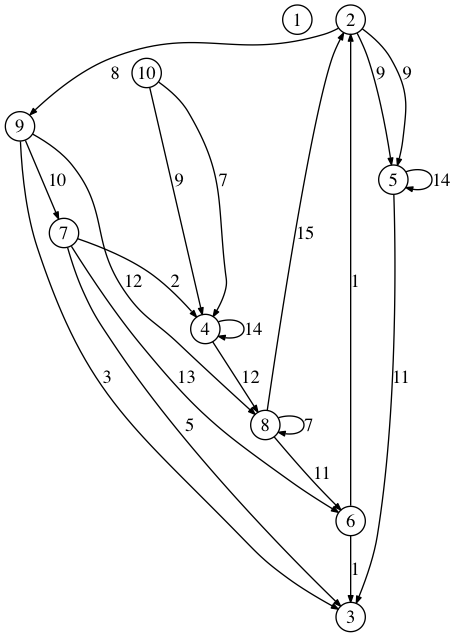
Before: graph.png, a diagram exported from Graphviz (yuichiro12/GraphGenerator). Its source is kept beside it as graph.dot.
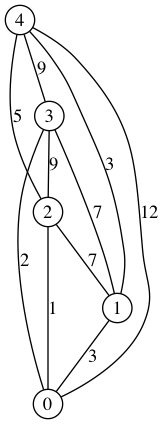
After the change.

Commit message:
add complete graph drawer

The edit, as a diff of the source:
```diff
@@ -1,25 +1,19 @@
-digraph {
-	graph [shape = sfdp, splines = true];
-	edge [arrowsize = 0.5];
+graph {
+	graph [shape = dot, splines = true];
+	edge [arrowsize = 0.5, arrowhead = vee];
 	node [shape = circle, fixedsize = true,  width = 0.3];
-1 [label = 1]2 [label = 2]3 [label = 3]4 [label = 4]5 [label = 5]6 [label = 6]7 [label = 7]8 [label = 8]9 [label = 9]	7 -> 3 [label = 5, weight = 0];
-	2 -> 9 [label = 8, weight = 0];
-	10 -> 4 [label = 7, weight = 0];
-	8 -> 2 [label = 15, weight = 0];
-	2 -> 5 [label = 9, weight = 0];
-	9 -> 7 [label = 10, weight = 0];
-	7 -> 4 [label = 2, weight = 0];
-	4 -> 8 [label = 12, weight = 0];
-	9 -> 8 [label = 12, weight = 0];
-	8 -> 6 [label = 11, weight = 0];
-	9 -> 3 [label = 3, weight = 0];
-	6 -> 3 [label = 1, weight = 1];
-	4 -> 4 [label = 14, weight = 0];
-	6 -> 2 [label = 1, weight = 1];
-	5 -> 3 [label = 11, weight = 0];
-	10 -> 4 [label = 9, weight = 0];
-	5 -> 5 [label = 14, weight = 0];
-	8 -> 8 [label = 7, weight = 0];
-	2 -> 5 [label = 9, weight = 0];
-	7 -> 6 [label = 13, weight = 0];
+1 [label = 1];
+2 [label = 2];
+3 [label = 3];
+4 [label = 4];
+	1 -- 0 [label = 3, weight = 0];
+	2 -- 0 [label = 1, weight = 1];
+	2 -- 1 [label = 7, weight = 0];
+	3 -- 0 [label = 2, weight = 0];
+	3 -- 1 [label = 7, weight = 0];
+	3 -- 2 [label = 9, weight = 0];
+	4 -- 0 [label = 12, weight = 0];
+	4 -- 1 [label = 3, weight = 0];
+	4 -- 2 [label = 5, weight = 0];
+	4 -- 3 [label = 9, weight = 0];
 }
```
